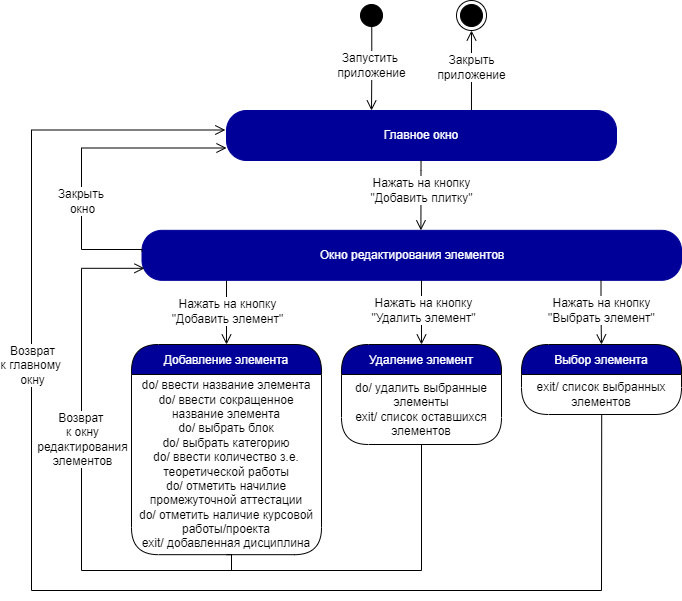
Above: SM_Bloks/Edit_element/State_machine_edit_element.drawio.png in iCosmos76/Curriculum-Designer (draw.io), before the change. Source tidied: cells renumbered, new cells last; positions are measured from the earlier drawing's top-left corner, leaving out a move shared by most shapes. Its diagram source:
```xml
<mxGraphModel>
  <root>
    <mxCell id="0" />
    <mxCell id="1" parent="0" />
    <mxCell id="2" style="ellipse;html=1;shape=startState;fillColor=#000000;strokeColor=#000000;fontColor=#000099;" parent="1" vertex="1">
      <mxGeometry x="325" width="30" height="30" as="geometry" />
    </mxCell>
    <mxCell id="3" value="&lt;font style=&quot;font-size: 12px&quot;&gt;Запустить &lt;br&gt;приложение&lt;/font&gt;" style="edgeStyle=orthogonalEdgeStyle;html=1;verticalAlign=bottom;endArrow=open;endSize=8;strokeColor=#030000;rounded=0;exitX=0.509;exitY=0.876;exitDx=0;exitDy=0;exitPerimeter=0;spacingBottom=-14;fontSize=10;" parent="1" edge="1" source="2">
      <mxGeometry relative="1" as="geometry">
        <mxPoint x="340" y="110" as="targetPoint" />
      </mxGeometry>
    </mxCell>
    <mxCell id="4" value="&lt;font style=&quot;font-size: 12px&quot;&gt;Закрыть&lt;br&gt;приложение&lt;/font&gt;" style="edgeStyle=orthogonalEdgeStyle;html=1;verticalAlign=bottom;endArrow=open;endSize=8;strokeColor=#030000;rounded=0;spacingBottom=-14;fontSize=10;entryX=0.5;entryY=1;entryDx=0;entryDy=0;exitX=0.781;exitY=0;exitDx=0;exitDy=0;exitPerimeter=0;" parent="1" edge="1" target="5">
      <mxGeometry relative="1" as="geometry">
        <mxPoint x="440" y="110" as="sourcePoint" />
        <Array as="points">
          <mxPoint x="440" y="70" />
          <mxPoint x="440" y="70" />
        </Array>
      </mxGeometry>
    </mxCell>
    <mxCell id="5" style="ellipse;html=1;shape=endState;fillColor=#000000;strokeColor=#030000;" parent="1" vertex="1">
      <mxGeometry x="425" width="30" height="30" as="geometry" />
    </mxCell>
    <mxCell id="6" value="Главное окно" style="rounded=1;whiteSpace=wrap;html=1;arcSize=40;fontColor=#FFFFFF;fillColor=#000099;strokeColor=#000099;" parent="1" vertex="1">
      <mxGeometry x="195" y="110" width="390" height="50" as="geometry" />
    </mxCell>
    <mxCell id="7" style="edgeStyle=orthogonalEdgeStyle;html=1;verticalAlign=bottom;endArrow=open;endSize=8;strokeColor=#000000;rounded=0;fontSize=10;exitX=0.097;exitY=1.006;exitDx=0;exitDy=0;exitPerimeter=0;entryX=0.154;entryY=0;entryDx=0;entryDy=0;entryPerimeter=0;" parent="1" edge="1">
      <mxGeometry relative="1" as="geometry">
        <mxPoint x="389.5" y="160.1" as="sourcePoint" />
        <mxPoint x="389.4" y="229.8" as="targetPoint" />
        <Array as="points">
          <mxPoint x="389.4" y="169.8" />
        </Array>
      </mxGeometry>
    </mxCell>
    <mxCell id="8" value="Нажать на кнопку&lt;br&gt;&quot;Добавить плитку&quot;" style="edgeLabel;html=1;align=center;verticalAlign=middle;fontSize=12;" parent="7" vertex="1">
      <mxGeometry x="-0.25" y="2" relative="1" as="geometry">
        <mxPoint x="-2" y="3" as="offset" />
      </mxGeometry>
    </mxCell>
    <mxCell id="9" value="Добавление элемента" style="swimlane;fontStyle=0;align=center;verticalAlign=middle;horizontal=1;startSize=30;fontColor=#FFFFFF;rounded=1;arcSize=30;strokeColor=#030000;fillColor=#000099;swimlaneFillColor=#FFFFFF;fontSize=12;" parent="1" vertex="1">
      <mxGeometry x="100" y="344" width="190" height="210.2" as="geometry" />
    </mxCell>
    <mxCell id="10" value="do/ ввести название элемента&lt;br&gt;do/ ввести сокращенное название элемента&lt;br&gt;do/ выбрать блок&lt;br&gt;do/ выбрать категорию&lt;br&gt;do/ ввести количество з.е. теоретической работы&lt;br&gt;do/ отметить начилие промежуточной аттестации&lt;br&gt;do/ отметить наличие курсовой работы/проекта&lt;br&gt;exit/ добавленная дисциплина" style="text;html=1;strokeColor=none;fillColor=none;align=center;verticalAlign=middle;spacingLeft=4;spacingRight=4;whiteSpace=wrap;overflow=hidden;fontColor=#000000;fontSize=12;" parent="9" vertex="1">
      <mxGeometry y="30" width="190" height="180.2" as="geometry" />
    </mxCell>
    <mxCell id="11" value="Окно редактирования элементов" style="rounded=1;whiteSpace=wrap;html=1;arcSize=40;fontColor=#FFFFFF;fillColor=#000099;strokeColor=#000099;" parent="1" vertex="1">
      <mxGeometry x="110.5" y="229.8" width="539.5" height="50" as="geometry" />
    </mxCell>
    <mxCell id="12" style="edgeStyle=orthogonalEdgeStyle;html=1;verticalAlign=bottom;endArrow=open;endSize=8;strokeColor=#000000;rounded=0;fontSize=10;entryX=0.5;entryY=0;entryDx=0;entryDy=0;" parent="1" edge="1" target="9">
      <mxGeometry relative="1" as="geometry">
        <mxPoint x="195" y="280" as="sourcePoint" />
        <Array as="points">
          <mxPoint x="195" y="280" />
        </Array>
      </mxGeometry>
    </mxCell>
    <mxCell id="13" value="Нажать на кнопку&lt;br&gt;&quot;Добавить элемент&quot;" style="edgeLabel;html=1;align=center;verticalAlign=middle;fontSize=12;" parent="12" vertex="1">
      <mxGeometry x="-0.25" y="2" relative="1" as="geometry">
        <mxPoint x="-2" y="6" as="offset" />
      </mxGeometry>
    </mxCell>
    <mxCell id="14" style="edgeStyle=orthogonalEdgeStyle;html=1;verticalAlign=bottom;endArrow=open;endSize=8;strokeColor=#000000;rounded=0;fontSize=10;exitX=0.5;exitY=1;exitDx=0;exitDy=0;" parent="1" edge="1" source="10">
      <mxGeometry relative="1" as="geometry">
        <mxPoint x="113" y="267.8" as="targetPoint" />
        <Array as="points">
          <mxPoint x="200" y="554" />
          <mxPoint x="200" y="570" />
          <mxPoint x="50" y="570" />
          <mxPoint x="50" y="268" />
        </Array>
      </mxGeometry>
    </mxCell>
    <mxCell id="15" value="Возврат &lt;br&gt;к окну&lt;br&gt;редактирования&lt;br&gt;элементов" style="edgeLabel;html=1;align=center;verticalAlign=middle;fontSize=12;" parent="14" vertex="1">
      <mxGeometry x="-0.25" y="2" relative="1" as="geometry">
        <mxPoint x="2" y="-101" as="offset" />
      </mxGeometry>
    </mxCell>
    <mxCell id="16" style="edgeStyle=orthogonalEdgeStyle;html=1;verticalAlign=bottom;endArrow=open;endSize=8;strokeColor=#000000;rounded=0;fontSize=10;exitX=0;exitY=0.42;exitDx=0;exitDy=0;exitPerimeter=0;entryX=0;entryY=0.75;entryDx=0;entryDy=0;" parent="1" edge="1" source="11" target="6">
      <mxGeometry relative="1" as="geometry">
        <Array as="points">
          <mxPoint x="111" y="249" />
          <mxPoint x="50" y="249" />
          <mxPoint x="50" y="148" />
        </Array>
      </mxGeometry>
    </mxCell>
    <mxCell id="17" value="Закрыть &lt;br&gt;окно" style="edgeLabel;html=1;align=center;verticalAlign=middle;fontSize=12;" parent="16" vertex="1">
      <mxGeometry x="-0.36" y="-2" relative="1" as="geometry">
        <mxPoint x="-2" y="-13" as="offset" />
      </mxGeometry>
    </mxCell>
    <mxCell id="18" style="edgeStyle=orthogonalEdgeStyle;html=1;verticalAlign=bottom;endArrow=open;endSize=8;strokeColor=#000000;rounded=0;fontSize=10;exitX=0.477;exitY=1.04;exitDx=0;exitDy=0;exitPerimeter=0;" parent="1" edge="1">
      <mxGeometry relative="1" as="geometry">
        <mxPoint x="389.4" y="279.8" as="sourcePoint" />
        <mxPoint x="390" y="344" as="targetPoint" />
        <Array as="points">
          <mxPoint x="389.8" y="343.8" />
        </Array>
      </mxGeometry>
    </mxCell>
    <mxCell id="19" value="Нажать на кнопку&lt;br&gt;&quot;Удалить элемент&quot;" style="edgeLabel;html=1;align=center;verticalAlign=middle;fontSize=12;" parent="18" vertex="1">
      <mxGeometry x="-0.25" y="2" relative="1" as="geometry">
        <mxPoint x="-1" y="6" as="offset" />
      </mxGeometry>
    </mxCell>
    <mxCell id="20" value="Удаление элемент" style="swimlane;fontStyle=0;align=center;verticalAlign=middle;horizontal=1;startSize=30;fontColor=#FFFFFF;rounded=1;arcSize=30;strokeColor=#030000;fillColor=#000099;swimlaneFillColor=#FFFFFF;fontSize=12;" parent="1" vertex="1">
      <mxGeometry x="310" y="344" width="160" height="100" as="geometry" />
    </mxCell>
    <mxCell id="21" value="do/ удалить выбранные элементы&lt;br&gt;exit/ список оставшихся элементов" style="text;html=1;strokeColor=none;fillColor=none;align=center;verticalAlign=middle;spacingLeft=4;spacingRight=4;whiteSpace=wrap;overflow=hidden;fontColor=#000000;fontSize=12;" parent="20" vertex="1">
      <mxGeometry y="30" width="160" height="70" as="geometry" />
    </mxCell>
    <mxCell id="22" style="edgeStyle=orthogonalEdgeStyle;html=1;verticalAlign=bottom;endArrow=open;endSize=8;strokeColor=#000000;rounded=0;fontSize=10;entryX=0.5;entryY=0;entryDx=0;entryDy=0;" parent="1" edge="1" target="24">
      <mxGeometry relative="1" as="geometry">
        <mxPoint x="569.5" y="279.8" as="sourcePoint" />
        <Array as="points">
          <mxPoint x="570" y="315" />
          <mxPoint x="570" y="315" />
        </Array>
      </mxGeometry>
    </mxCell>
    <mxCell id="23" value="Нажать на кнопку&lt;br&gt;&quot;Выбрать элемент&quot;" style="edgeLabel;html=1;align=center;verticalAlign=middle;fontSize=12;" parent="22" vertex="1">
      <mxGeometry x="-0.25" y="2" relative="1" as="geometry">
        <mxPoint x="-2" y="6" as="offset" />
      </mxGeometry>
    </mxCell>
    <mxCell id="24" value="Выбор элемента" style="swimlane;fontStyle=0;align=center;verticalAlign=middle;horizontal=1;startSize=30;fontColor=#FFFFFF;rounded=1;arcSize=30;strokeColor=#030000;fillColor=#000099;swimlaneFillColor=#FFFFFF;fontSize=12;" parent="1" vertex="1">
      <mxGeometry x="490" y="344" width="160" height="70" as="geometry" />
    </mxCell>
    <mxCell id="25" value="exit/ список выбранных элементов" style="text;html=1;strokeColor=none;fillColor=none;align=center;verticalAlign=middle;spacingLeft=4;spacingRight=4;whiteSpace=wrap;overflow=hidden;fontColor=#000000;fontSize=12;" parent="24" vertex="1">
      <mxGeometry y="30" width="160" height="40" as="geometry" />
    </mxCell>
    <mxCell id="26" style="edgeStyle=orthogonalEdgeStyle;html=1;verticalAlign=bottom;endArrow=open;endSize=8;strokeColor=#000000;rounded=0;fontSize=10;entryX=-0.003;entryY=0.39;entryDx=0;entryDy=0;entryPerimeter=0;" parent="1" edge="1" target="6">
      <mxGeometry relative="1" as="geometry">
        <mxPoint x="570" y="590" as="sourcePoint" />
        <Array as="points">
          <mxPoint x="570" y="590" />
          <mxPoint y="590" />
          <mxPoint y="130" />
        </Array>
      </mxGeometry>
    </mxCell>
    <mxCell id="27" value="Возврат&lt;br&gt;к главному &lt;br&gt;окну" style="edgeLabel;html=1;align=center;verticalAlign=middle;fontSize=12;" parent="26" vertex="1">
      <mxGeometry x="0.38" y="-1" relative="1" as="geometry">
        <mxPoint x="-1" y="48" as="offset" />
      </mxGeometry>
    </mxCell>
    <mxCell id="28" style="endArrow=none;html=1;rounded=0;fontSize=12;" parent="1" edge="1">
      <mxGeometry relative="1" as="geometry">
        <mxPoint x="390" y="570" as="sourcePoint" />
        <mxPoint x="390" y="444" as="targetPoint" />
      </mxGeometry>
    </mxCell>
    <mxCell id="29" style="endArrow=none;html=1;rounded=0;fontSize=12;" parent="1" edge="1">
      <mxGeometry relative="1" as="geometry">
        <mxPoint x="570" y="590" as="sourcePoint" />
        <mxPoint x="570.2" y="414" as="targetPoint" />
      </mxGeometry>
    </mxCell>
    <mxCell id="30" style="endArrow=none;html=1;rounded=0;" parent="1" edge="1">
      <mxGeometry relative="1" as="geometry">
        <mxPoint x="195" y="570" as="sourcePoint" />
        <mxPoint x="390" y="570" as="targetPoint" />
      </mxGeometry>
    </mxCell>
  </root>
</mxGraphModel>
```
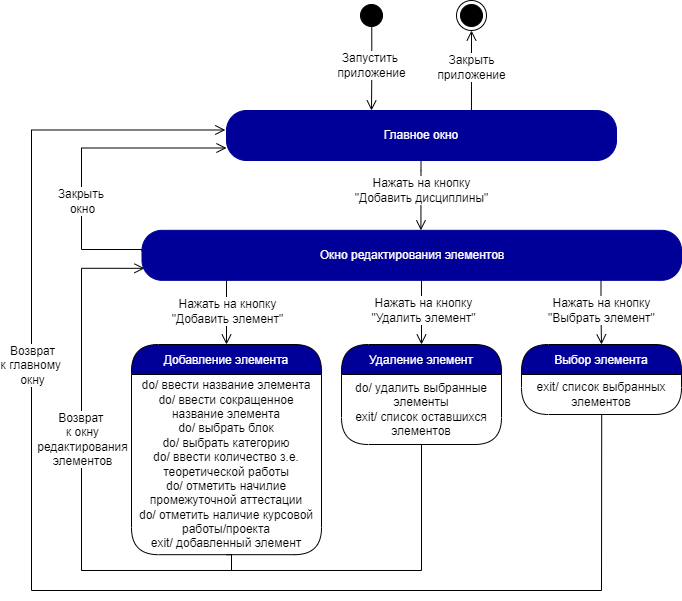
After the commit.

Diff of the diagram source:
```diff
@@ -34,7 +34,7 @@
         </Array>
       </mxGeometry>
     </mxCell>
-    <mxCell id="8" value="Нажать на кнопку&lt;br&gt;&quot;Добавить плитку&quot;" style="edgeLabel;html=1;align=center;verticalAlign=middle;fontSize=12;" parent="7" vertex="1">
+    <mxCell id="8" value="Нажать на кнопку&lt;br&gt;&quot;Добавить дисциплины&quot;" style="edgeLabel;html=1;align=center;verticalAlign=middle;fontSize=12;" parent="7" vertex="1">
       <mxGeometry x="-0.25" y="2" relative="1" as="geometry">
         <mxPoint x="-2" y="3" as="offset" />
       </mxGeometry>
@@ -42,7 +42,7 @@
     <mxCell id="9" value="Добавление элемента" style="swimlane;fontStyle=0;align=center;verticalAlign=middle;horizontal=1;startSize=30;fontColor=#FFFFFF;rounded=1;arcSize=30;strokeColor=#030000;fillColor=#000099;swimlaneFillColor=#FFFFFF;fontSize=12;" parent="1" vertex="1">
       <mxGeometry x="100" y="344" width="190" height="210.2" as="geometry" />
     </mxCell>
-    <mxCell id="10" value="do/ ввести название элемента&lt;br&gt;do/ ввести сокращенное название элемента&lt;br&gt;do/ выбрать блок&lt;br&gt;do/ выбрать категорию&lt;br&gt;do/ ввести количество з.е. теоретической работы&lt;br&gt;do/ отметить начилие промежуточной аттестации&lt;br&gt;do/ отметить наличие курсовой работы/проекта&lt;br&gt;exit/ добавленная дисциплина" style="text;html=1;strokeColor=none;fillColor=none;align=center;verticalAlign=middle;spacingLeft=4;spacingRight=4;whiteSpace=wrap;overflow=hidden;fontColor=#000000;fontSize=12;" parent="9" vertex="1">
+    <mxCell id="10" value="do/ ввести название элемента&lt;br&gt;do/ ввести сокращенное название элемента&lt;br&gt;do/ выбрать блок&lt;br&gt;do/ выбрать категорию&lt;br&gt;do/ ввести количество з.е. теоретической работы&lt;br&gt;do/ отметить начилие промежуточной аттестации&lt;br&gt;do/ отметить наличие курсовой работы/проекта&lt;br&gt;exit/ добавленный элемент" style="text;html=1;strokeColor=none;fillColor=none;align=center;verticalAlign=middle;spacingLeft=4;spacingRight=4;whiteSpace=wrap;overflow=hidden;fontColor=#000000;fontSize=12;" parent="9" vertex="1">
       <mxGeometry y="30" width="190" height="180.2" as="geometry" />
     </mxCell>
     <mxCell id="11" value="Окно редактирования элементов" style="rounded=1;whiteSpace=wrap;html=1;arcSize=40;fontColor=#FFFFFF;fillColor=#000099;strokeColor=#000099;" parent="1" vertex="1">
```
